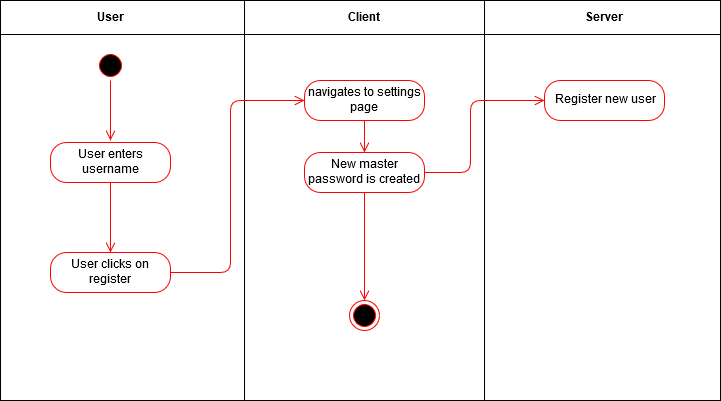
Before: doc/UC/images/UC/UC_CreateAccount.png, a diagram exported from draw.io (keycloud/keycloud). Source tidied: cells renumbered, new cells last; positions are measured from the earlier drawing's top-left corner, leaving out a move shared by most shapes. Source of this version:
```xml
<mxGraphModel>
  <root>
    <mxCell id="0" />
    <mxCell id="1" parent="0" />
    <mxCell id="2" style="whiteSpace=wrap;html=1;" parent="1" vertex="1">
      <mxGeometry width="720" height="400" as="geometry" />
    </mxCell>
    <mxCell id="3" style="line;strokeWidth=1;fillColor=none;align=left;verticalAlign=middle;spacingTop=-1;spacingLeft=3;spacingRight=3;labelPosition=right;direction=south;" parent="1" vertex="1">
      <mxGeometry x="240" width="8" height="400" as="geometry" />
    </mxCell>
    <mxCell id="4" style="line;strokeWidth=1;fillColor=none;align=left;verticalAlign=middle;spacingTop=-1;spacingLeft=3;spacingRight=3;labelPosition=right;direction=south;" parent="1" vertex="1">
      <mxGeometry x="480" width="8" height="400" as="geometry" />
    </mxCell>
    <mxCell id="5" style="line;strokeWidth=1;fillColor=none;align=left;verticalAlign=middle;spacingTop=-1;spacingLeft=3;spacingRight=3;labelPosition=right;" parent="1" vertex="1">
      <mxGeometry y="30" width="720" height="8" as="geometry" />
    </mxCell>
    <mxCell id="6" value="User" style="text;align=center;fontStyle=1;verticalAlign=middle;spacingLeft=3;spacingRight=3;strokeColor=none;" parent="1" vertex="1">
      <mxGeometry x="70" y="4" width="80" height="26" as="geometry" />
    </mxCell>
    <mxCell id="7" value="Client" style="text;align=center;fontStyle=1;verticalAlign=middle;spacingLeft=3;spacingRight=3;strokeColor=none;" parent="1" vertex="1">
      <mxGeometry x="324" y="4" width="80" height="26" as="geometry" />
    </mxCell>
    <mxCell id="8" value="Server" style="text;align=center;fontStyle=1;verticalAlign=middle;spacingLeft=3;spacingRight=3;strokeColor=none;" parent="1" vertex="1">
      <mxGeometry x="564" y="4" width="80" height="26" as="geometry" />
    </mxCell>
    <mxCell id="9" style="ellipse;html=1;shape=startState;fillColor=#000000;strokeColor=#ff0000;" parent="1" vertex="1">
      <mxGeometry x="95" y="50" width="30" height="30" as="geometry" />
    </mxCell>
    <mxCell id="10" style="edgeStyle=orthogonalEdgeStyle;html=1;verticalAlign=bottom;endArrow=open;endSize=8;strokeColor=#ff0000;" parent="1" edge="1" source="9">
      <mxGeometry relative="1" as="geometry">
        <mxPoint x="110" y="140" as="targetPoint" />
      </mxGeometry>
    </mxCell>
    <mxCell id="11" value="User enters username" style="rounded=1;whiteSpace=wrap;html=1;arcSize=40;fontColor=#000000;fillColor=none;strokeColor=#ff0000;labelBackgroundColor=none;" parent="1" vertex="1">
      <mxGeometry x="50" y="142" width="120" height="40" as="geometry" />
    </mxCell>
    <mxCell id="12" style="edgeStyle=orthogonalEdgeStyle;html=1;verticalAlign=bottom;endArrow=open;endSize=8;strokeColor=#ff0000;entryX=0.5;entryY=0;entryDx=0;entryDy=0;" parent="1" edge="1" source="11" target="13">
      <mxGeometry relative="1" as="geometry" />
    </mxCell>
    <mxCell id="13" value="User clicks on register" style="rounded=1;whiteSpace=wrap;html=1;arcSize=40;fontColor=#000000;fillColor=none;strokeColor=#ff0000;labelBackgroundColor=none;" parent="1" vertex="1">
      <mxGeometry x="50" y="252" width="120" height="40" as="geometry" />
    </mxCell>
    <mxCell id="14" style="edgeStyle=orthogonalEdgeStyle;html=1;verticalAlign=bottom;endArrow=open;endSize=8;strokeColor=#ff0000;entryX=0;entryY=0.5;entryDx=0;entryDy=0;" parent="1" edge="1" source="13" target="15">
      <mxGeometry relative="1" as="geometry">
        <Array as="points">
          <mxPoint x="230" y="272" />
          <mxPoint x="230" y="100" />
        </Array>
      </mxGeometry>
    </mxCell>
    <mxCell id="15" value="navigates to settings page" style="rounded=1;whiteSpace=wrap;html=1;arcSize=40;fontColor=#000000;fillColor=none;strokeColor=#ff0000;labelBackgroundColor=none;" parent="1" vertex="1">
      <mxGeometry x="304" y="80" width="120" height="40" as="geometry" />
    </mxCell>
    <mxCell id="16" style="edgeStyle=orthogonalEdgeStyle;html=1;verticalAlign=bottom;endArrow=open;endSize=8;strokeColor=#ff0000;entryX=0.5;entryY=0;entryDx=0;entryDy=0;" parent="1" edge="1" source="15" target="18">
      <mxGeometry relative="1" as="geometry" />
    </mxCell>
    <mxCell id="17" value="Register new user" style="rounded=1;whiteSpace=wrap;html=1;arcSize=40;fontColor=#000000;fillColor=none;strokeColor=#ff0000;labelBackgroundColor=none;" parent="1" vertex="1">
      <mxGeometry x="544" y="80" width="120" height="40" as="geometry" />
    </mxCell>
    <mxCell id="18" value="New master password is created" style="rounded=1;whiteSpace=wrap;html=1;arcSize=40;fontColor=#000000;fillColor=none;strokeColor=#ff0000;labelBackgroundColor=none;" parent="1" vertex="1">
      <mxGeometry x="304" y="152" width="120" height="40" as="geometry" />
    </mxCell>
    <mxCell id="19" style="edgeStyle=orthogonalEdgeStyle;html=1;verticalAlign=bottom;endArrow=open;endSize=8;strokeColor=#ff0000;entryX=0;entryY=0.5;entryDx=0;entryDy=0;" parent="1" edge="1" source="18" target="17">
      <mxGeometry relative="1" as="geometry">
        <Array as="points">
          <mxPoint x="470" y="172" />
          <mxPoint x="470" y="100" />
        </Array>
      </mxGeometry>
    </mxCell>
    <mxCell id="20" style="edgeStyle=orthogonalEdgeStyle;html=1;verticalAlign=bottom;endArrow=open;endSize=8;strokeColor=#ff0000;exitX=0.5;exitY=1;exitDx=0;exitDy=0;entryX=0.5;entryY=0;entryDx=0;entryDy=0;" parent="1" edge="1" source="18" target="21">
      <mxGeometry relative="1" as="geometry">
        <Array as="points">
          <mxPoint x="364" y="220" />
          <mxPoint x="364" y="220" />
        </Array>
      </mxGeometry>
    </mxCell>
    <mxCell id="21" style="ellipse;html=1;shape=endState;fillColor=#000000;strokeColor=#ff0000;labelBackgroundColor=none;" parent="1" vertex="1">
      <mxGeometry x="349" y="300" width="30" height="30" as="geometry" />
    </mxCell>
  </root>
</mxGraphModel>
```
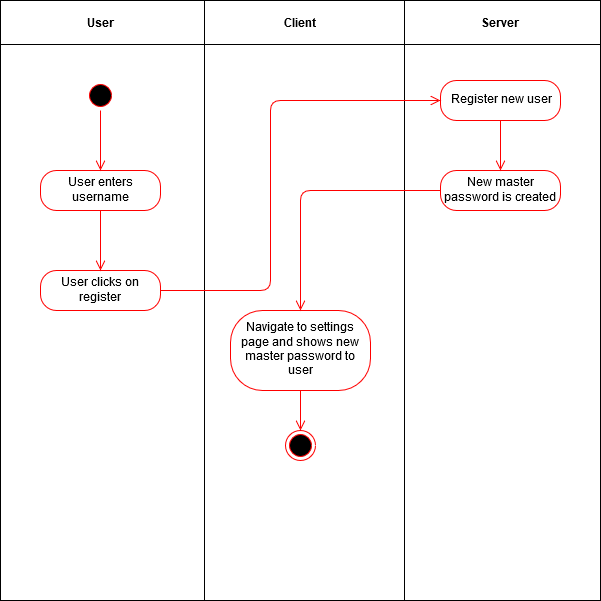
Above is the later version.

Change to the diagram source:
```diff
@@ -2,82 +2,78 @@
   <root>
     <mxCell id="0" />
     <mxCell id="1" parent="0" />
-    <mxCell id="2" style="whiteSpace=wrap;html=1;" parent="1" vertex="1">
-      <mxGeometry width="720" height="400" as="geometry" />
-    </mxCell>
-    <mxCell id="3" style="line;strokeWidth=1;fillColor=none;align=left;verticalAlign=middle;spacingTop=-1;spacingLeft=3;spacingRight=3;labelPosition=right;direction=south;" parent="1" vertex="1">
-      <mxGeometry x="240" width="8" height="400" as="geometry" />
-    </mxCell>
-    <mxCell id="4" style="line;strokeWidth=1;fillColor=none;align=left;verticalAlign=middle;spacingTop=-1;spacingLeft=3;spacingRight=3;labelPosition=right;direction=south;" parent="1" vertex="1">
-      <mxGeometry x="480" width="8" height="400" as="geometry" />
-    </mxCell>
-    <mxCell id="5" style="line;strokeWidth=1;fillColor=none;align=left;verticalAlign=middle;spacingTop=-1;spacingLeft=3;spacingRight=3;labelPosition=right;" parent="1" vertex="1">
-      <mxGeometry y="30" width="720" height="8" as="geometry" />
-    </mxCell>
+    <mxCell id="22" style="rounded=0;whiteSpace=wrap;html=1;" parent="1" vertex="1">
+      <mxGeometry x="-40" y="-10" width="600" height="600" as="geometry" />
+    </mxCell>
+    <mxCell id="23" style="line;strokeWidth=1;fillColor=none;align=left;verticalAlign=middle;spacingTop=-1;spacingLeft=3;spacingRight=3;labelPosition=right;direction=south;" parent="1" vertex="1">
+      <mxGeometry x="160" y="-10" width="8" height="600" as="geometry" />
+    </mxCell>
+    <mxCell id="24" style="line;strokeWidth=1;fillColor=none;align=left;verticalAlign=middle;spacingTop=-1;spacingLeft=3;spacingRight=3;labelPosition=right;direction=south;" parent="1" vertex="1">
+      <mxGeometry x="360" y="-10" width="8" height="600" as="geometry" />
+    </mxCell>
+    <mxCell id="25" style="line;strokeWidth=1;fillColor=none;align=left;verticalAlign=middle;spacingTop=-1;spacingLeft=3;spacingRight=3;labelPosition=right;" parent="1" vertex="1">
+      <mxGeometry x="-40" y="30" width="600" height="8" as="geometry" />
+    </mxCell>
     <mxCell id="6" value="User" style="text;align=center;fontStyle=1;verticalAlign=middle;spacingLeft=3;spacingRight=3;strokeColor=none;" parent="1" vertex="1">
-      <mxGeometry x="70" y="4" width="80" height="26" as="geometry" />
+      <mxGeometry x="20" width="80" height="26" as="geometry" />
     </mxCell>
     <mxCell id="7" value="Client" style="text;align=center;fontStyle=1;verticalAlign=middle;spacingLeft=3;spacingRight=3;strokeColor=none;" parent="1" vertex="1">
-      <mxGeometry x="324" y="4" width="80" height="26" as="geometry" />
+      <mxGeometry x="220" width="80" height="26" as="geometry" />
     </mxCell>
     <mxCell id="8" value="Server" style="text;align=center;fontStyle=1;verticalAlign=middle;spacingLeft=3;spacingRight=3;strokeColor=none;" parent="1" vertex="1">
-      <mxGeometry x="564" y="4" width="80" height="26" as="geometry" />
+      <mxGeometry x="420" width="80" height="26" as="geometry" />
     </mxCell>
-    <mxCell id="9" style="ellipse;html=1;shape=startState;fillColor=#000000;strokeColor=#ff0000;" parent="1" vertex="1">
-      <mxGeometry x="95" y="50" width="30" height="30" as="geometry" />
-    </mxCell>
-    <mxCell id="10" style="edgeStyle=orthogonalEdgeStyle;html=1;verticalAlign=bottom;endArrow=open;endSize=8;strokeColor=#ff0000;" parent="1" edge="1" source="9">
-      <mxGeometry relative="1" as="geometry">
-        <mxPoint x="110" y="140" as="targetPoint" />
-      </mxGeometry>
-    </mxCell>
+    <mxCell id="26" style="ellipse;html=1;shape=startState;fillColor=#000000;strokeColor=#ff0000;" parent="1" vertex="1">
+      <mxGeometry x="45" y="70" width="30" height="30" as="geometry" />
+    </mxCell>
+    <mxCell id="27" style="edgeStyle=orthogonalEdgeStyle;html=1;verticalAlign=bottom;endArrow=open;endSize=8;strokeColor=#ff0000;" parent="1" edge="1" source="26">
+      <mxGeometry relative="1" as="geometry">
+        <mxPoint x="60" y="160" as="targetPoint" />
+      </mxGeometry>
+    </mxCell>
-    <mxCell id="11" value="User enters username" style="rounded=1;whiteSpace=wrap;html=1;arcSize=40;fontColor=#000000;fillColor=none;strokeColor=#ff0000;labelBackgroundColor=none;" parent="1" vertex="1">
-      <mxGeometry x="50" y="142" width="120" height="40" as="geometry" />
+    <mxCell id="11" value="User enters username" style="rounded=1;whiteSpace=wrap;html=1;arcSize=40;fontColor=#000000;fillColor=none;strokeColor=#ff0000;" parent="1" vertex="1">
+      <mxGeometry y="160" width="120" height="40" as="geometry" />
     </mxCell>
-    <mxCell id="12" style="edgeStyle=orthogonalEdgeStyle;html=1;verticalAlign=bottom;endArrow=open;endSize=8;strokeColor=#ff0000;entryX=0.5;entryY=0;entryDx=0;entryDy=0;" parent="1" edge="1" source="11" target="13">
-      <mxGeometry relative="1" as="geometry" />
-    </mxCell>
+    <mxCell id="28" style="edgeStyle=orthogonalEdgeStyle;html=1;verticalAlign=bottom;endArrow=open;endSize=8;strokeColor=#ff0000;" parent="1" edge="1" source="11">
+      <mxGeometry relative="1" as="geometry">
+        <mxPoint x="60" y="260" as="targetPoint" />
+      </mxGeometry>
+    </mxCell>
-    <mxCell id="13" value="User clicks on register" style="rounded=1;whiteSpace=wrap;html=1;arcSize=40;fontColor=#000000;fillColor=none;strokeColor=#ff0000;labelBackgroundColor=none;" parent="1" vertex="1">
-      <mxGeometry x="50" y="252" width="120" height="40" as="geometry" />
+    <mxCell id="13" value="&lt;div&gt;User clicks on register&lt;/div&gt;" style="rounded=1;whiteSpace=wrap;html=1;arcSize=40;fontColor=#000000;fillColor=none;strokeColor=#ff0000;" parent="1" vertex="1">
+      <mxGeometry y="260" width="120" height="40" as="geometry" />
     </mxCell>
-    <mxCell id="14" style="edgeStyle=orthogonalEdgeStyle;html=1;verticalAlign=bottom;endArrow=open;endSize=8;strokeColor=#ff0000;entryX=0;entryY=0.5;entryDx=0;entryDy=0;" parent="1" edge="1" source="13" target="15">
-      <mxGeometry relative="1" as="geometry">
-        <Array as="points">
-          <mxPoint x="230" y="272" />
-          <mxPoint x="230" y="100" />
-        </Array>
-      </mxGeometry>
-    </mxCell>
-    <mxCell id="15" value="navigates to settings page" style="rounded=1;whiteSpace=wrap;html=1;arcSize=40;fontColor=#000000;fillColor=none;strokeColor=#ff0000;labelBackgroundColor=none;" parent="1" vertex="1">
-      <mxGeometry x="304" y="80" width="120" height="40" as="geometry" />
-    </mxCell>
-    <mxCell id="16" style="edgeStyle=orthogonalEdgeStyle;html=1;verticalAlign=bottom;endArrow=open;endSize=8;strokeColor=#ff0000;entryX=0.5;entryY=0;entryDx=0;entryDy=0;" parent="1" edge="1" source="15" target="18">
-      <mxGeometry relative="1" as="geometry" />
-    </mxCell>
+    <mxCell id="29" style="edgeStyle=orthogonalEdgeStyle;html=1;verticalAlign=bottom;endArrow=open;endSize=8;strokeColor=#ff0000;entryX=0;entryY=0.5;entryDx=0;entryDy=0;" parent="1" edge="1" source="13" target="17">
+      <mxGeometry relative="1" as="geometry">
+        <Array as="points">
+          <mxPoint x="230" y="280" />
+          <mxPoint x="230" y="90" />
+        </Array>
+      </mxGeometry>
+    </mxCell>
-    <mxCell id="17" value="Register new user" style="rounded=1;whiteSpace=wrap;html=1;arcSize=40;fontColor=#000000;fillColor=none;strokeColor=#ff0000;labelBackgroundColor=none;" parent="1" vertex="1">
-      <mxGeometry x="544" y="80" width="120" height="40" as="geometry" />
+    <mxCell id="17" value="Register new user" style="rounded=1;whiteSpace=wrap;html=1;arcSize=40;fontColor=#000000;fillColor=none;strokeColor=#ff0000;" parent="1" vertex="1">
+      <mxGeometry x="400" y="70" width="120" height="40" as="geometry" />
     </mxCell>
+    <mxCell id="30" value="&lt;div&gt;Navigate to settings page and shows new master password to user&lt;/div&gt;" style="rounded=1;whiteSpace=wrap;html=1;arcSize=40;fontColor=#000000;fillColor=none;strokeColor=#ff0000;" parent="1" vertex="1">
+      <mxGeometry x="190" y="300" width="140" height="80" as="geometry" />
+    </mxCell>
+    <mxCell id="31" style="edgeStyle=orthogonalEdgeStyle;html=1;verticalAlign=bottom;endArrow=open;endSize=8;strokeColor=#ff0000;" parent="1" edge="1" source="30">
+      <mxGeometry relative="1" as="geometry">
+        <mxPoint x="260" y="420" as="targetPoint" />
+      </mxGeometry>
+    </mxCell>
-    <mxCell id="18" value="New master password is created" style="rounded=1;whiteSpace=wrap;html=1;arcSize=40;fontColor=#000000;fillColor=none;strokeColor=#ff0000;labelBackgroundColor=none;" parent="1" vertex="1">
-      <mxGeometry x="304" y="152" width="120" height="40" as="geometry" />
+    <mxCell id="18" value="New master password is created" style="rounded=1;whiteSpace=wrap;html=1;arcSize=40;fontColor=#000000;fillColor=none;strokeColor=#ff0000;" parent="1" vertex="1">
+      <mxGeometry x="400" y="160" width="120" height="40" as="geometry" />
     </mxCell>
-    <mxCell id="19" style="edgeStyle=orthogonalEdgeStyle;html=1;verticalAlign=bottom;endArrow=open;endSize=8;strokeColor=#ff0000;entryX=0;entryY=0.5;entryDx=0;entryDy=0;" parent="1" edge="1" source="18" target="17">
-      <mxGeometry relative="1" as="geometry">
-        <Array as="points">
-          <mxPoint x="470" y="172" />
-          <mxPoint x="470" y="100" />
-        </Array>
-      </mxGeometry>
-    </mxCell>
-    <mxCell id="20" style="edgeStyle=orthogonalEdgeStyle;html=1;verticalAlign=bottom;endArrow=open;endSize=8;strokeColor=#ff0000;exitX=0.5;exitY=1;exitDx=0;exitDy=0;entryX=0.5;entryY=0;entryDx=0;entryDy=0;" parent="1" edge="1" source="18" target="21">
-      <mxGeometry relative="1" as="geometry">
-        <Array as="points">
-          <mxPoint x="364" y="220" />
-          <mxPoint x="364" y="220" />
-        </Array>
-      </mxGeometry>
-    </mxCell>
-    <mxCell id="21" style="ellipse;html=1;shape=endState;fillColor=#000000;strokeColor=#ff0000;labelBackgroundColor=none;" parent="1" vertex="1">
-      <mxGeometry x="349" y="300" width="30" height="30" as="geometry" />
-    </mxCell>
+    <mxCell id="32" style="edgeStyle=orthogonalEdgeStyle;html=1;verticalAlign=bottom;endArrow=open;endSize=8;strokeColor=#ff0000;entryX=0.5;entryY=0;entryDx=0;entryDy=0;" parent="1" edge="1" source="18" target="30">
+      <mxGeometry relative="1" as="geometry" />
+    </mxCell>
+    <mxCell id="33" style="edgeStyle=orthogonalEdgeStyle;html=1;verticalAlign=bottom;endArrow=open;endSize=8;strokeColor=#ff0000;exitX=0.5;exitY=1;exitDx=0;exitDy=0;" parent="1" edge="1" source="17">
+      <mxGeometry relative="1" as="geometry">
+        <mxPoint x="460" y="160" as="targetPoint" />
+      </mxGeometry>
+    </mxCell>
+    <mxCell id="34" style="ellipse;html=1;shape=endState;fillColor=#000000;strokeColor=#ff0000;" parent="1" vertex="1">
+      <mxGeometry x="245" y="420" width="30" height="30" as="geometry" />
+    </mxCell>
   </root>
 </mxGraphModel>
```
